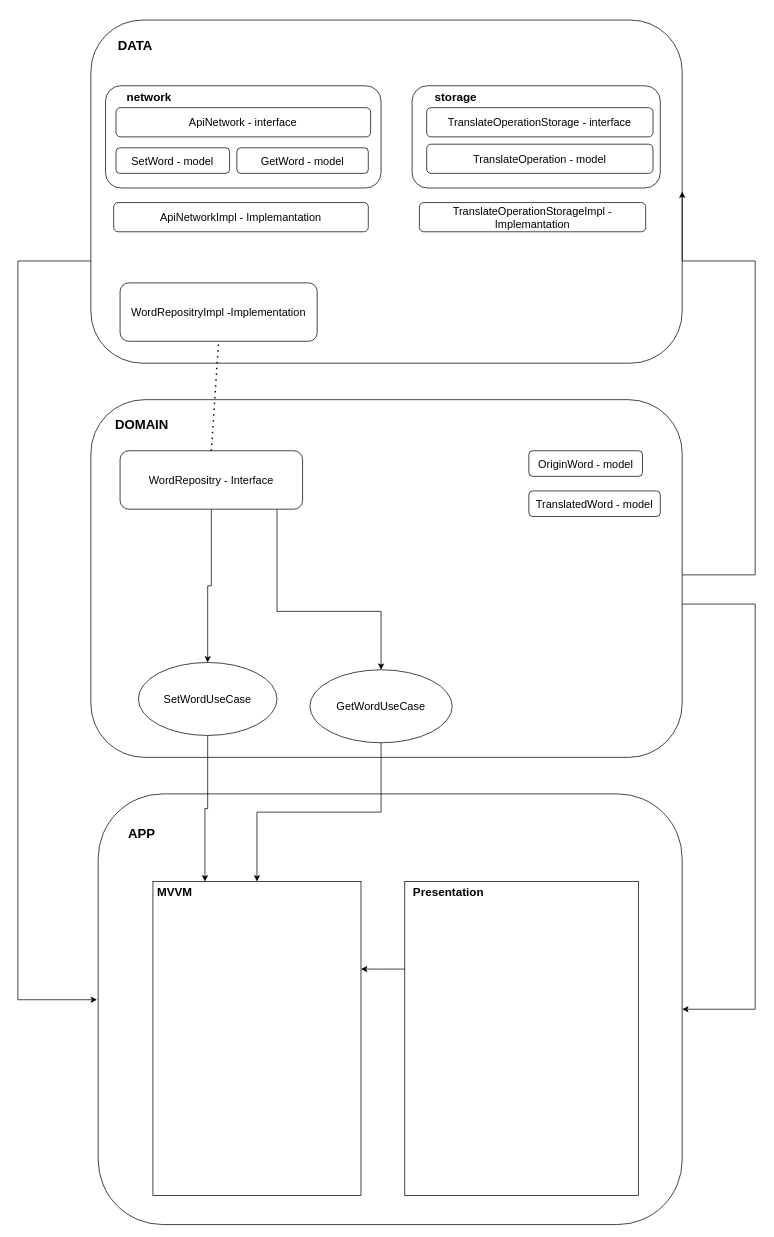
borsalinho/translator keeps this draw.io diagram as architecture.drawio. Above is the earlier version. Source tidied: cells renumbered, new cells numbered last; positions are measured from the earlier drawing's top-left corner, leaving out a move shared by most shapes. Both pictures are drawn from the tidied source at 73%, with x=0, y=0 at pixel (18, 20).
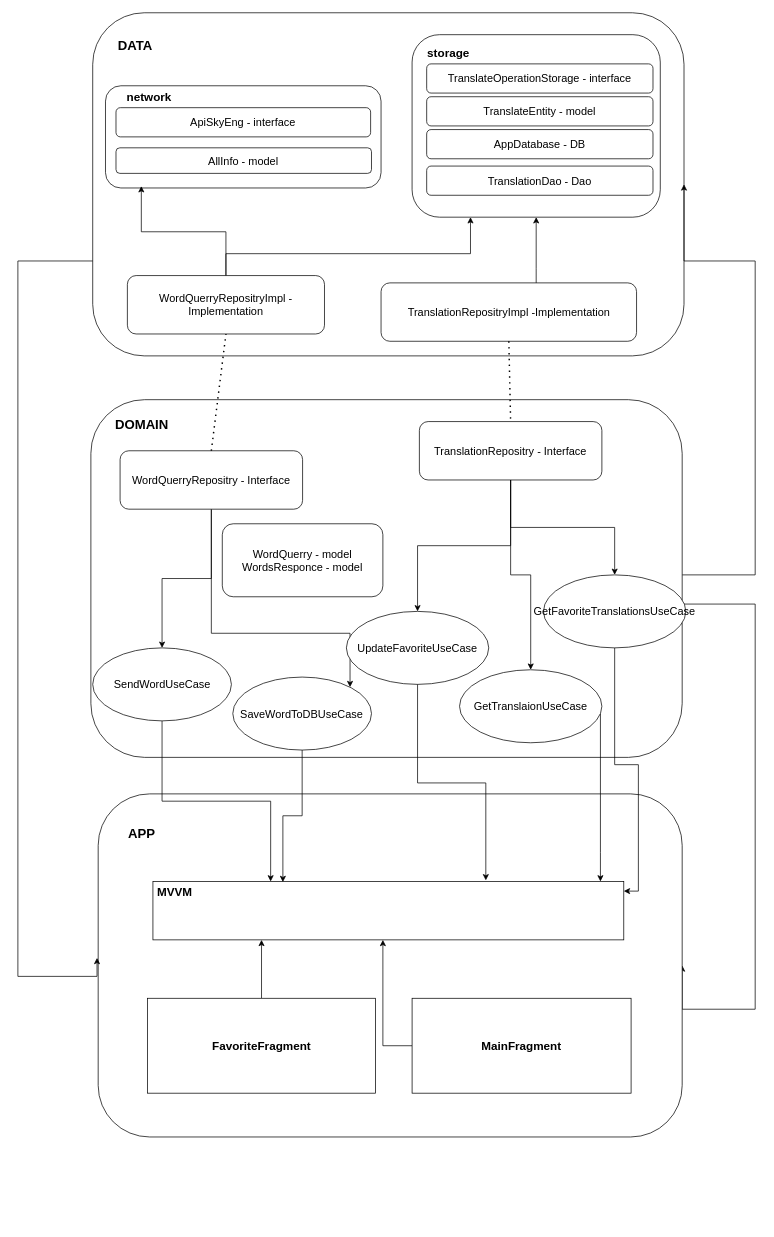
After the change.

Unchanged cells that the change refers to:
```xml
<mxCell id="30" style="rounded=1;whiteSpace=wrap;html=1;" parent="1" vertex="1">
  <mxGeometry x="120" y="90" width="377.5" height="140" as="geometry" />
</mxCell>
```

Diff of the diagram source:
```diff
@@
     <mxCell id="3" style="rounded=1;whiteSpace=wrap;html=1;" parent="1" vertex="1">
-      <mxGeometry x="100" width="810" height="470" as="geometry" />
+      <mxGeometry x="102.5" y="-10" width="810" height="470" as="geometry" />
     </mxCell>
@@
     <mxCell id="9" style="rounded=1;whiteSpace=wrap;html=1;" parent="1" vertex="1">
-      <mxGeometry x="110" y="1060" width="800" height="590" as="geometry" />
+      <mxGeometry x="110" y="1060" width="800" height="470" as="geometry" />
     </mxCell>
@@
     <mxCell id="11" style="rounded=0;whiteSpace=wrap;html=1;" parent="1" vertex="1">
-      <mxGeometry x="185" y="1180" width="285" height="430" as="geometry" />
+      <mxGeometry x="185" y="1180" width="645" height="80" as="geometry" />
     </mxCell>
@@
     <mxCell id="14" style="rounded=0;whiteSpace=wrap;html=1;" parent="1" vertex="1">
-      <mxGeometry x="530" y="1180" width="320" height="430" as="geometry" />
+      <mxGeometry x="540" y="1340" width="300" height="130" as="geometry" />
     </mxCell>
-    <mxCell id="15" value="&lt;b&gt;&lt;font style=&quot;font-size: 16px;&quot;&gt;Presentation&lt;/font&gt;&lt;/b&gt;" style="text;html=1;align=center;verticalAlign=middle;whiteSpace=wrap;rounded=0;" parent="1" vertex="1">
-      <mxGeometry x="560" y="1180" width="60" height="30" as="geometry" />
+    <mxCell id="15" value="&lt;b&gt;&lt;font style=&quot;font-size: 16px;&quot;&gt;MainFragment&lt;/font&gt;&lt;/b&gt;" style="text;html=1;align=center;verticalAlign=middle;whiteSpace=wrap;rounded=0;" parent="1" vertex="1">
+      <mxGeometry x="660" y="1390" width="60" height="30" as="geometry" />
     </mxCell>
@@
-    <mxCell id="17" value="&lt;span style=&quot;font-size: 15px;&quot;&gt;SetWordUseCase&lt;/span&gt;" style="ellipse;whiteSpace=wrap;html=1;" parent="1" vertex="1">
-      <mxGeometry x="165" y="880" width="190" height="100" as="geometry" />
+    <mxCell id="17" value="&lt;span style=&quot;font-size: 15px;&quot;&gt;SendWordUseCase&lt;/span&gt;" style="ellipse;whiteSpace=wrap;html=1;" parent="1" vertex="1">
+      <mxGeometry x="102.5" y="860" width="190" height="100" as="geometry" />
     </mxCell>
     <mxCell id="18" style="edgeStyle=orthogonalEdgeStyle;rounded=0;jettySize=auto;html=1;" parent="1" edge="1" source="19" target="11">
-      <mxGeometry relative="1" as="geometry" />
+      <mxGeometry relative="1" as="geometry">
+        <Array as="points">
+          <mxPoint x="798" y="1140" />
+          <mxPoint x="798" y="1140" />
+        </Array>
+      </mxGeometry>
     </mxCell>
-    <mxCell id="19" value="&lt;span style=&quot;font-size: 15px;&quot;&gt;GetWordUseCase&lt;/span&gt;" style="ellipse;whiteSpace=wrap;html=1;" parent="1" vertex="1">
-      <mxGeometry x="400" y="890" width="195" height="100" as="geometry" />
+    <mxCell id="19" value="&lt;span style=&quot;font-size: 15px;&quot;&gt;GetTranslaionUseCase&lt;/span&gt;" style="ellipse;whiteSpace=wrap;html=1;" parent="1" vertex="1">
+      <mxGeometry x="605" y="890" width="195" height="100" as="geometry" />
     </mxCell>
+    <mxCell id="39" style="edgeStyle=orthogonalEdgeStyle;rounded=0;jettySize=auto;html=1;" parent="1" edge="1" source="20" target="26">
+      <mxGeometry relative="1" as="geometry">
+        <Array as="points">
+          <mxPoint x="285" y="320" />
+          <mxPoint x="620" y="320" />
+        </Array>
+      </mxGeometry>
+    </mxCell>
-    <mxCell id="20" value="&lt;span style=&quot;font-size: 15px;&quot;&gt;WordRepositry&lt;/span&gt;&lt;span style=&quot;font-size: 15px;&quot;&gt;Impl -Implementation&lt;/span&gt;" style="rounded=1;whiteSpace=wrap;html=1;" parent="1" vertex="1">
-      <mxGeometry x="140" y="360" width="270" height="80" as="geometry" />
+    <mxCell id="20" value="&lt;span style=&quot;font-size: 15px;&quot;&gt;WordQuerry&lt;/span&gt;&lt;span style=&quot;background-color: initial; font-size: 15px;&quot;&gt;Repositry&lt;/span&gt;&lt;span style=&quot;font-size: 15px;&quot;&gt;Impl -Implementation&lt;/span&gt;" style="rounded=1;whiteSpace=wrap;html=1;" parent="1" vertex="1">
+      <mxGeometry x="150" y="350" width="270" height="80" as="geometry" />
     </mxCell>
@@
-    <mxCell id="22" style="edgeStyle=orthogonalEdgeStyle;rounded=0;jettySize=auto;html=1;entryX=0.5;entryY=0;entryDx=0;entryDy=0;" parent="1" edge="1" source="23" target="19">
-      <mxGeometry relative="1" as="geometry">
-        <Array as="points">
-          <mxPoint x="355" y="810" />
-          <mxPoint x="498" y="810" />
-        </Array>
-      </mxGeometry>
-    </mxCell>
+    <mxCell id="40" style="edgeStyle=orthogonalEdgeStyle;rounded=0;jettySize=auto;html=1;" parent="1" edge="1" source="23" target="55">
+      <mxGeometry relative="1" as="geometry">
+        <Array as="points">
+          <mxPoint x="265" y="840" />
+          <mxPoint x="455" y="840" />
+        </Array>
+      </mxGeometry>
+    </mxCell>
-    <mxCell id="23" value="&lt;span style=&quot;font-size: 15px;&quot;&gt;WordRepositry - Interface&lt;/span&gt;" style="rounded=1;whiteSpace=wrap;html=1;" parent="1" vertex="1">
+    <mxCell id="23" value="&lt;span style=&quot;font-size: 15px;&quot;&gt;WordQuerry&lt;/span&gt;&lt;span style=&quot;font-size: 15px; background-color: initial;&quot;&gt;Repositry - Interface&lt;/span&gt;" style="rounded=1;whiteSpace=wrap;html=1;" parent="1" vertex="1">
       <mxGeometry x="140" y="590" width="250" height="80" as="geometry" />
     </mxCell>
     <mxCell id="24" style="edgeStyle=orthogonalEdgeStyle;rounded=0;jettySize=auto;html=1;entryX=-0.002;entryY=0.478;entryDx=0;entryDy=0;entryPerimeter=0;" parent="1" edge="1" source="3" target="9">
       <mxGeometry relative="1" as="geometry">
         <Array as="points">
           <mxPoint y="330" />
-          <mxPoint y="1342" />
+          <mxPoint y="1310" />
+          <mxPoint x="108" y="1310" />
         </Array>
       </mxGeometry>
     </mxCell>
@@
     <mxCell id="26" style="rounded=1;whiteSpace=wrap;html=1;" parent="1" vertex="1">
-      <mxGeometry x="540" y="90" width="340" height="140" as="geometry" />
+      <mxGeometry x="540" y="20" width="340" height="250" as="geometry" />
     </mxCell>
     <mxCell id="27" value="&lt;b style=&quot;font-size: 16px;&quot;&gt;storage&lt;/b&gt;" style="text;html=1;align=center;verticalAlign=middle;whiteSpace=wrap;rounded=0;fontSize=16;" parent="1" vertex="1">
-      <mxGeometry x="570" y="90" width="60" height="30" as="geometry" />
+      <mxGeometry x="560" y="30" width="60" height="30" as="geometry" />
     </mxCell>
     <mxCell id="28" value="&lt;font style=&quot;font-size: 15px;&quot;&gt;TranslateOperationStorage - interface&lt;/font&gt;" style="rounded=1;whiteSpace=wrap;html=1;" parent="1" vertex="1">
-      <mxGeometry x="560" y="120" width="310" height="40" as="geometry" />
+      <mxGeometry x="560" y="60" width="310" height="40" as="geometry" />
     </mxCell>
-    <mxCell id="29" value="&lt;font style=&quot;font-size: 15px;&quot;&gt;TranslateOperation - model&lt;/font&gt;" style="rounded=1;whiteSpace=wrap;html=1;" parent="1" vertex="1">
-      <mxGeometry x="560" y="170" width="310" height="40" as="geometry" />
+    <mxCell id="29" value="&lt;font style=&quot;font-size: 15px;&quot;&gt;TranslateEntity - model&lt;/font&gt;" style="rounded=1;whiteSpace=wrap;html=1;" parent="1" vertex="1">
+      <mxGeometry x="560" y="105" width="310" height="40" as="geometry" />
     </mxCell>
@@
-    <mxCell id="32" value="&lt;font style=&quot;font-size: 15px;&quot;&gt;ApiNetwork - interface&lt;/font&gt;" style="rounded=1;whiteSpace=wrap;html=1;" parent="1" vertex="1">
+    <mxCell id="32" value="&lt;font style=&quot;font-size: 15px;&quot;&gt;ApiSkyEng - interface&lt;/font&gt;" style="rounded=1;whiteSpace=wrap;html=1;" parent="1" vertex="1">
       <mxGeometry x="134.4" y="120" width="348.8" height="40" as="geometry" />
     </mxCell>
-    <mxCell id="33" value="&lt;font style=&quot;font-size: 15px;&quot;&gt;SetWord - model&lt;/font&gt;" style="rounded=1;whiteSpace=wrap;html=1;" parent="1" vertex="1">
-      <mxGeometry x="134.4" y="175" width="155.6" height="35" as="geometry" />
-    </mxCell>
-    <mxCell id="34" value="&lt;font style=&quot;font-size: 15px;&quot;&gt;GetWord - model&lt;/font&gt;" style="rounded=1;whiteSpace=wrap;html=1;" parent="1" vertex="1">
-      <mxGeometry x="300" y="175" width="180" height="35" as="geometry" />
+    <mxCell id="34" value="&lt;font style=&quot;font-size: 15px;&quot;&gt;AllInfo - model&lt;/font&gt;" style="rounded=1;whiteSpace=wrap;html=1;" parent="1" vertex="1">
+      <mxGeometry x="134.4" y="175" width="350" height="35" as="geometry" />
     </mxCell>
-    <mxCell id="35" value="&lt;font style=&quot;font-size: 15px;&quot;&gt;OriginWord - model&lt;/font&gt;" style="rounded=1;whiteSpace=wrap;html=1;" parent="1" vertex="1">
-      <mxGeometry x="700" y="590" width="155.6" height="35" as="geometry" />
-    </mxCell>
-    <mxCell id="36" value="&lt;font style=&quot;font-size: 15px;&quot;&gt;TranslatedWord - model&lt;/font&gt;" style="rounded=1;whiteSpace=wrap;html=1;" parent="1" vertex="1">
-      <mxGeometry x="700" y="645" width="180" height="35" as="geometry" />
-    </mxCell>
-    <mxCell id="37" value="&lt;font style=&quot;font-size: 15px;&quot;&gt;ApiNetworkImpl - Implemantation&lt;/font&gt;" style="rounded=1;whiteSpace=wrap;html=1;" parent="1" vertex="1">
-      <mxGeometry x="131.2" y="250" width="348.8" height="40" as="geometry" />
-    </mxCell>
-    <mxCell id="38" value="&lt;font style=&quot;font-size: 15px;&quot;&gt;TranslateOperationStorageImpl - Implemantation&lt;/font&gt;" style="rounded=1;whiteSpace=wrap;html=1;" parent="1" vertex="1">
-      <mxGeometry x="550" y="250" width="310" height="40" as="geometry" />
-    </mxCell>
+    <mxCell id="41" style="edgeStyle=orthogonalEdgeStyle;rounded=0;jettySize=auto;html=1;" parent="1" edge="1" source="42" target="11">
+      <mxGeometry relative="1" as="geometry">
+        <Array as="points">
+          <mxPoint x="337" y="1400" />
+          <mxPoint x="337" y="1400" />
+        </Array>
+      </mxGeometry>
+    </mxCell>
+    <mxCell id="42" style="rounded=0;whiteSpace=wrap;html=1;" parent="1" vertex="1">
+      <mxGeometry x="177.5" y="1340" width="312.5" height="130" as="geometry" />
+    </mxCell>
+    <mxCell id="43" value="&lt;b&gt;&lt;font style=&quot;font-size: 16px;&quot;&gt;FavoriteFragment&lt;/font&gt;&lt;/b&gt;" style="text;html=1;align=center;verticalAlign=middle;whiteSpace=wrap;rounded=0;" parent="1" vertex="1">
+      <mxGeometry x="303.8" y="1390" width="60" height="30" as="geometry" />
+    </mxCell>
+    <mxCell id="44" value="&lt;span style=&quot;font-size: 15px;&quot;&gt;AppDatabase - DB&lt;/span&gt;" style="rounded=1;whiteSpace=wrap;html=1;" parent="1" vertex="1">
+      <mxGeometry x="560" y="150" width="310" height="40" as="geometry" />
+    </mxCell>
+    <mxCell id="45" value="&lt;span style=&quot;font-size: 15px;&quot;&gt;TranslationDao - Dao&lt;/span&gt;" style="rounded=1;whiteSpace=wrap;html=1;" parent="1" vertex="1">
+      <mxGeometry x="560" y="200" width="310" height="40" as="geometry" />
+    </mxCell>
+    <mxCell id="46" style="edgeStyle=orthogonalEdgeStyle;rounded=0;jettySize=auto;html=1;" parent="1" edge="1" source="49" target="19">
+      <mxGeometry relative="1" as="geometry" />
+    </mxCell>
+    <mxCell id="47" style="edgeStyle=orthogonalEdgeStyle;rounded=0;jettySize=auto;html=1;" parent="1" edge="1" source="49" target="57">
+      <mxGeometry relative="1" as="geometry" />
+    </mxCell>
+    <mxCell id="48" style="edgeStyle=orthogonalEdgeStyle;rounded=0;jettySize=auto;html=1;" parent="1" edge="1" source="49" target="59">
+      <mxGeometry relative="1" as="geometry" />
+    </mxCell>
+    <mxCell id="49" value="&lt;span style=&quot;font-size: 15px;&quot;&gt;TranslationRepositry - Interface&lt;/span&gt;" style="rounded=1;whiteSpace=wrap;html=1;" parent="1" vertex="1">
+      <mxGeometry x="550" y="550" width="250" height="80" as="geometry" />
+    </mxCell>
+    <mxCell id="50" style="edgeStyle=orthogonalEdgeStyle;rounded=0;jettySize=auto;html=1;entryX=0.5;entryY=1;entryDx=0;entryDy=0;" parent="1" edge="1" source="51" target="26">
+      <mxGeometry relative="1" as="geometry">
+        <Array as="points">
+          <mxPoint x="710" y="340" />
+          <mxPoint x="710" y="340" />
+        </Array>
+      </mxGeometry>
+    </mxCell>
+    <mxCell id="51" value="&lt;span style=&quot;font-size: 15px;&quot;&gt;TranslationRepositryImpl&lt;/span&gt;&lt;span style=&quot;font-size: 15px;&quot;&gt;&amp;nbsp;-Implementation&lt;/span&gt;" style="rounded=1;whiteSpace=wrap;html=1;" parent="1" vertex="1">
+      <mxGeometry x="497.5" y="360" width="350" height="80" as="geometry" />
+    </mxCell>
+    <mxCell id="52" style="endArrow=none;dashed=1;html=1;dashPattern=1 3;strokeWidth=2;rounded=0;entryX=0.5;entryY=0;entryDx=0;entryDy=0;exitX=0.5;exitY=1;exitDx=0;exitDy=0;" parent="1" edge="1" source="51" target="49">
+      <mxGeometry relative="1" as="geometry" />
+    </mxCell>
+    <mxCell id="53" style="edgeStyle=orthogonalEdgeStyle;rounded=0;jettySize=auto;html=1;entryX=0.13;entryY=0.982;entryDx=0;entryDy=0;entryPerimeter=0;" parent="1" edge="1" source="20" target="30">
+      <mxGeometry relative="1" as="geometry" />
+    </mxCell>
+    <mxCell id="54" value="&lt;font style=&quot;font-size: 15px;&quot;&gt;WordQuerry - model&lt;br&gt;WordsResponce - model&lt;/font&gt;" style="rounded=1;whiteSpace=wrap;html=1;" parent="1" vertex="1">
+      <mxGeometry x="280" y="690" width="220" height="100" as="geometry" />
+    </mxCell>
+    <mxCell id="55" value="&lt;span style=&quot;font-size: 15px;&quot;&gt;SaveWordToDBUseCase&lt;/span&gt;" style="ellipse;whiteSpace=wrap;html=1;" parent="1" vertex="1">
+      <mxGeometry x="294.4" y="900" width="190" height="100" as="geometry" />
+    </mxCell>
+    <mxCell id="56" style="edgeStyle=orthogonalEdgeStyle;rounded=0;jettySize=auto;html=1;entryX=0.276;entryY=0.01;entryDx=0;entryDy=0;entryPerimeter=0;" parent="1" edge="1" source="55" target="11">
+      <mxGeometry relative="1" as="geometry" />
+    </mxCell>
+    <mxCell id="57" value="&lt;span style=&quot;font-size: 15px;&quot;&gt;UpdateFavoriteUseCase&lt;/span&gt;" style="ellipse;whiteSpace=wrap;html=1;" parent="1" vertex="1">
+      <mxGeometry x="450" y="810" width="195" height="100" as="geometry" />
+    </mxCell>
+    <mxCell id="58" style="edgeStyle=orthogonalEdgeStyle;rounded=0;jettySize=auto;html=1;entryX=0.707;entryY=-0.019;entryDx=0;entryDy=0;entryPerimeter=0;" parent="1" edge="1" source="57" target="11">
+      <mxGeometry relative="1" as="geometry" />
+    </mxCell>
+    <mxCell id="59" value="&lt;span style=&quot;font-size: 15px;&quot;&gt;GetFavoriteTranslationsUseCase&lt;/span&gt;" style="ellipse;whiteSpace=wrap;html=1;" parent="1" vertex="1">
+      <mxGeometry x="720" y="760" width="195" height="100" as="geometry" />
+    </mxCell>
+    <mxCell id="60" style="edgeStyle=orthogonalEdgeStyle;rounded=0;jettySize=auto;html=1;entryX=1;entryY=0.165;entryDx=0;entryDy=0;entryPerimeter=0;" parent="1" edge="1" source="59" target="11">
+      <mxGeometry relative="1" as="geometry" />
+    </mxCell>
```
